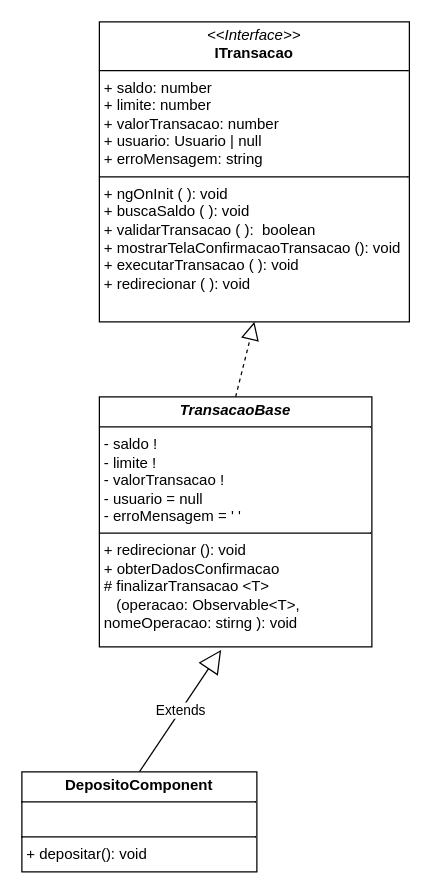
The draw.io diagram transacao.drawio in alejandrolafuente/SistemaBanco, before the edit. Source tidied: cells renumbered, new cells numbered last; positions are measured from the earlier drawing's top-left corner, leaving out a move shared by most shapes. Both pictures are drawn from the tidied source at 125%, with x=0, y=0 at pixel (21, 21).
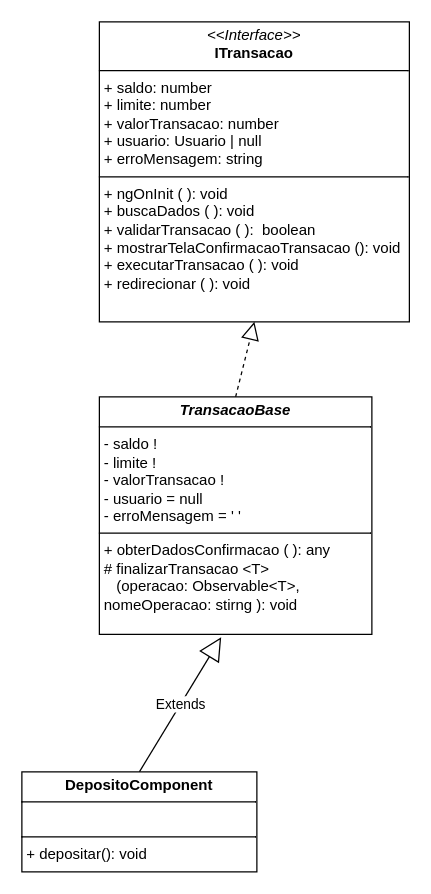
The same page after the edit.

Diff of the diagram source:
```diff
@@
-<mxGraphModel>
+<mxGraphModel background="#ffffff">
   <root>
     <mxCell id="0" />
     <mxCell id="1" parent="0" />
-    <mxCell id="2" value="&lt;p style=&quot;margin:0px;margin-top:4px;text-align:center;&quot;&gt;&lt;i&gt;&amp;lt;&amp;lt;Interface&amp;gt;&amp;gt;&lt;/i&gt;&lt;br&gt;&lt;b&gt;ITransacao&lt;/b&gt;&lt;/p&gt;&lt;hr size=&quot;1&quot; style=&quot;border-style:solid;&quot;&gt;&lt;p style=&quot;margin:0px;margin-left:4px;&quot;&gt;+ saldo: number&lt;br&gt;+ limite: number&lt;/p&gt;&lt;p style=&quot;margin:0px;margin-left:4px;&quot;&gt;+ valorTransacao: number&lt;/p&gt;&lt;p style=&quot;margin:0px;margin-left:4px;&quot;&gt;+ usuario: Usuario | null&lt;/p&gt;&lt;p style=&quot;margin:0px;margin-left:4px;&quot;&gt;+ erroMensagem: string&lt;/p&gt;&lt;hr size=&quot;1&quot; style=&quot;border-style:solid;&quot;&gt;&lt;p style=&quot;margin:0px;margin-left:4px;&quot;&gt;+ ngOnInit ( ): void&lt;/p&gt;&lt;p style=&quot;margin:0px;margin-left:4px;&quot;&gt;+ buscaSaldo ( ): void&lt;/p&gt;&lt;p style=&quot;margin:0px;margin-left:4px;&quot;&gt;+ validarTransacao ( ):&amp;nbsp; boolean&lt;/p&gt;&lt;p style=&quot;margin:0px;margin-left:4px;&quot;&gt;+ mostrarTelaConfirmacaoTransacao (): void&lt;/p&gt;&lt;p style=&quot;margin:0px;margin-left:4px;&quot;&gt;+ executarTransacao ( ): void&lt;/p&gt;&lt;p style=&quot;margin:0px;margin-left:4px;&quot;&gt;+ redirecionar ( ): void&lt;/p&gt;" style="verticalAlign=top;align=left;overflow=fill;html=1;whiteSpace=wrap;" parent="1" vertex="1">
+    <mxCell id="2" value="&lt;p style=&quot;margin:0px;margin-top:4px;text-align:center;&quot;&gt;&lt;i&gt;&amp;lt;&amp;lt;Interface&amp;gt;&amp;gt;&lt;/i&gt;&lt;br&gt;&lt;b&gt;ITransacao&lt;/b&gt;&lt;/p&gt;&lt;hr size=&quot;1&quot; style=&quot;border-style:solid;&quot;&gt;&lt;p style=&quot;margin:0px;margin-left:4px;&quot;&gt;+ saldo: number&lt;br&gt;+ limite: number&lt;/p&gt;&lt;p style=&quot;margin:0px;margin-left:4px;&quot;&gt;+ valorTransacao: number&lt;/p&gt;&lt;p style=&quot;margin:0px;margin-left:4px;&quot;&gt;+ usuario: Usuario | null&lt;/p&gt;&lt;p style=&quot;margin:0px;margin-left:4px;&quot;&gt;+ erroMensagem: string&lt;/p&gt;&lt;hr size=&quot;1&quot; style=&quot;border-style:solid;&quot;&gt;&lt;p style=&quot;margin:0px;margin-left:4px;&quot;&gt;+ ngOnInit ( ): void&lt;/p&gt;&lt;p style=&quot;margin:0px;margin-left:4px;&quot;&gt;+ buscaDados ( ): void&lt;/p&gt;&lt;p style=&quot;margin:0px;margin-left:4px;&quot;&gt;+ validarTransacao ( ):&amp;nbsp; boolean&lt;/p&gt;&lt;p style=&quot;margin:0px;margin-left:4px;&quot;&gt;+ mostrarTelaConfirmacaoTransacao (): void&lt;/p&gt;&lt;p style=&quot;margin:0px;margin-left:4px;&quot;&gt;+ executarTransacao ( ): void&lt;/p&gt;&lt;p style=&quot;margin:0px;margin-left:4px;&quot;&gt;+ redirecionar ( ): void&lt;/p&gt;" style="verticalAlign=top;align=left;overflow=fill;html=1;whiteSpace=wrap;" parent="1" vertex="1">
       <mxGeometry x="62" width="248" height="240" as="geometry" />
     </mxCell>
     <mxCell id="3" style="endArrow=block;dashed=1;endFill=0;endSize=12;html=1;exitX=0.5;exitY=0;exitDx=0;exitDy=0;entryX=0.5;entryY=1;entryDx=0;entryDy=0;" parent="1" edge="1" source="4" target="2">
       <mxGeometry relative="1" as="geometry" />
     </mxCell>
-    <mxCell id="4" value="&lt;p style=&quot;margin:0px;margin-top:4px;text-align:center;&quot;&gt;&lt;b&gt;&lt;i&gt;TransacaoBase&lt;/i&gt;&lt;/b&gt;&lt;/p&gt;&lt;hr size=&quot;1&quot; style=&quot;border-style:solid;&quot;&gt;&lt;p style=&quot;margin:0px;margin-left:4px;&quot;&gt;- saldo !&amp;nbsp;&lt;br&gt;- limite !&amp;nbsp;&lt;/p&gt;&lt;p style=&quot;margin:0px;margin-left:4px;&quot;&gt;- valorTransacao !&lt;/p&gt;&lt;p style=&quot;margin:0px;margin-left:4px;&quot;&gt;- usuario = null&lt;/p&gt;&lt;p style=&quot;margin:0px;margin-left:4px;&quot;&gt;- erroMensagem = ' '&lt;/p&gt;&lt;hr size=&quot;1&quot; style=&quot;border-style:solid;&quot;&gt;&lt;p style=&quot;margin:0px;margin-left:4px;&quot;&gt;+ redirecionar (): void&lt;/p&gt;&lt;p style=&quot;margin:0px;margin-left:4px;&quot;&gt;+ obterDadosConfirmacao&lt;/p&gt;&lt;p style=&quot;margin:0px;margin-left:4px;&quot;&gt;# finalizarTransacao &amp;lt;T&amp;gt;&lt;/p&gt;&lt;p style=&quot;margin:0px;margin-left:4px;&quot;&gt;&amp;nbsp; &amp;nbsp;(operacao: Observable&amp;lt;T&amp;gt;,&amp;nbsp; &amp;nbsp; &amp;nbsp; &amp;nbsp; &amp;nbsp; &amp;nbsp; nomeOperacao: stirng ): void&lt;/p&gt;" style="verticalAlign=top;align=left;overflow=fill;html=1;whiteSpace=wrap;" parent="1" vertex="1">
-      <mxGeometry x="62" y="300" width="218" height="200" as="geometry" />
+    <mxCell id="4" value="&lt;p style=&quot;margin:0px;margin-top:4px;text-align:center;&quot;&gt;&lt;b&gt;&lt;i&gt;TransacaoBase&lt;/i&gt;&lt;/b&gt;&lt;/p&gt;&lt;hr size=&quot;1&quot; style=&quot;border-style:solid;&quot;&gt;&lt;p style=&quot;margin:0px;margin-left:4px;&quot;&gt;- saldo !&amp;nbsp;&lt;br&gt;- limite !&amp;nbsp;&lt;/p&gt;&lt;p style=&quot;margin:0px;margin-left:4px;&quot;&gt;- valorTransacao !&lt;/p&gt;&lt;p style=&quot;margin:0px;margin-left:4px;&quot;&gt;- usuario = null&lt;/p&gt;&lt;p style=&quot;margin:0px;margin-left:4px;&quot;&gt;- erroMensagem = ' '&lt;/p&gt;&lt;hr size=&quot;1&quot; style=&quot;border-style:solid;&quot;&gt;&lt;p style=&quot;margin:0px;margin-left:4px;&quot;&gt;&lt;span style=&quot;background-color: transparent;&quot;&gt;+ obterDadosConfirmacao ( ): any&lt;/span&gt;&lt;/p&gt;&lt;p style=&quot;margin:0px;margin-left:4px;&quot;&gt;# finalizarTransacao &amp;lt;T&amp;gt;&lt;/p&gt;&lt;p style=&quot;margin:0px;margin-left:4px;&quot;&gt;&amp;nbsp; &amp;nbsp;(operacao: Observable&amp;lt;T&amp;gt;,&amp;nbsp; &amp;nbsp; &amp;nbsp; &amp;nbsp; &amp;nbsp; &amp;nbsp; nomeOperacao: stirng ): void&lt;/p&gt;" style="verticalAlign=top;align=left;overflow=fill;html=1;whiteSpace=wrap;" parent="1" vertex="1">
+      <mxGeometry x="62" y="300" width="218" height="190" as="geometry" />
     </mxCell>
     <mxCell id="5" value="Extends" style="endArrow=block;endSize=16;endFill=0;html=1;entryX=0.447;entryY=1.012;entryDx=0;entryDy=0;entryPerimeter=0;exitX=0.5;exitY=0;exitDx=0;exitDy=0;" parent="1" edge="1" source="6" target="4">
       <mxGeometry relative="1" as="geometry" />
     </mxCell>
     <mxCell id="6" value="&lt;p style=&quot;margin:0px;margin-top:4px;text-align:center;&quot;&gt;&lt;b&gt;DepositoComponent&lt;/b&gt;&lt;/p&gt;&lt;hr size=&quot;1&quot; style=&quot;border-style:solid;&quot;&gt;&lt;p style=&quot;margin:0px;margin-left:4px;&quot;&gt;&lt;br&gt;&lt;/p&gt;&lt;hr size=&quot;1&quot; style=&quot;border-style:solid;&quot;&gt;&lt;p style=&quot;margin:0px;margin-left:4px;&quot;&gt;+ depositar(): void&lt;/p&gt;" style="verticalAlign=top;align=left;overflow=fill;html=1;whiteSpace=wrap;" parent="1" vertex="1">
       <mxGeometry y="600" width="188" height="80" as="geometry" />
     </mxCell>
   </root>
 </mxGraphModel>
```
